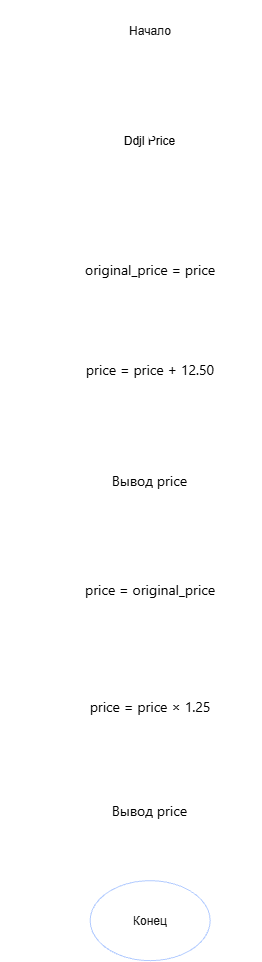
This is lab_3_schema.png from Ser33ga/DZLABA3, a draw.io export, as it was before one commit. Source tidied: cells renumbered, new cells last; positions are measured from the earlier drawing's top-left corner, leaving out a move shared by most shapes. Source of this version:
```xml
<mxGraphModel>
  <root>
    <mxCell id="0" />
    <mxCell id="1" value="Untitled Layer" parent="0" />
    <mxCell id="2" style="edgeStyle=orthogonalEdgeStyle;rounded=0;orthogonalLoop=1;jettySize=auto;html=1;entryX=0.5;entryY=0;entryDx=0;entryDy=0;" parent="1" edge="1">
      <mxGeometry relative="1" as="geometry">
        <mxPoint x="210" y="560" as="targetPoint" />
      </mxGeometry>
    </mxCell>
    <mxCell id="3" style="edgeStyle=orthogonalEdgeStyle;rounded=0;jettySize=auto;html=1;exitX=0.5;exitY=1;exitDx=0;exitDy=0;entryX=0.5;entryY=0;entryDx=0;entryDy=0;" parent="1" edge="1" source="4" target="6">
      <mxGeometry relative="1" as="geometry" />
    </mxCell>
    <mxCell id="4" value="&lt;span style=&quot;&quot;&gt;Ddjl Price&lt;/span&gt;" style="shape=parallelogram;perimeter=parallelogramPerimeter;whiteSpace=wrap;html=1;shapeInside=1;fixedSize=1;fillColor=light-dark(#FFFFFF,#FFFFFF);fontColor=light-dark(#000000,#000000);" parent="1" vertex="1">
      <mxGeometry x="57.5" y="110" width="165" height="60" as="geometry" />
    </mxCell>
    <mxCell id="5" style="edgeStyle=orthogonalEdgeStyle;rounded=0;jettySize=auto;html=1;exitX=0.5;exitY=1;exitDx=0;exitDy=0;entryX=0.5;entryY=0;entryDx=0;entryDy=0;" parent="1" edge="1" source="6" target="8">
      <mxGeometry relative="1" as="geometry" />
    </mxCell>
    <mxCell id="6" value="&lt;span style=&quot;font-family: -apple-system, &amp;quot;Segoe UI&amp;quot;, Roboto, sans-serif; font-size: 14px; text-align: start; white-space: nowrap;&quot;&gt;original_price = price&lt;/span&gt;" style="rounded=0;whiteSpace=wrap;html=1;fillColor=light-dark(#FFFFFF,#FFFFFF);fontColor=light-dark(#000000,#000000);" parent="1" vertex="1">
      <mxGeometry x="35" y="240" width="210" height="60" as="geometry" />
    </mxCell>
    <mxCell id="7" style="edgeStyle=orthogonalEdgeStyle;rounded=0;jettySize=auto;html=1;exitX=0.5;exitY=1;exitDx=0;exitDy=0;entryX=0.5;entryY=0;entryDx=0;entryDy=0;" parent="1" edge="1" source="8" target="10">
      <mxGeometry relative="1" as="geometry" />
    </mxCell>
    <mxCell id="8" value="&lt;span style=&quot;font-family: -apple-system, &amp;quot;Segoe UI&amp;quot;, Roboto, sans-serif; font-size: 14px; text-align: start; white-space: nowrap;&quot;&gt;price = price + 12.50&lt;/span&gt;" style="rounded=0;whiteSpace=wrap;html=1;fillColor=light-dark(#FFFFFF,#FFFFFF);fontColor=light-dark(#000000,#000000);" parent="1" vertex="1">
      <mxGeometry x="45" y="340" width="190" height="60" as="geometry" />
    </mxCell>
    <mxCell id="9" style="edgeStyle=orthogonalEdgeStyle;rounded=0;jettySize=auto;html=1;exitX=0.5;exitY=1;exitDx=0;exitDy=0;entryX=0.5;entryY=0;entryDx=0;entryDy=0;" parent="1" edge="1" source="10" target="12">
      <mxGeometry relative="1" as="geometry" />
    </mxCell>
    <mxCell id="10" value="&lt;span style=&quot;font-family: -apple-system, &amp;quot;Segoe UI&amp;quot;, Roboto, sans-serif; font-size: 14px; text-align: start; white-space: nowrap;&quot;&gt;Вывод price&lt;/span&gt;" style="shape=parallelogram;perimeter=parallelogramPerimeter;whiteSpace=wrap;html=1;shapeInside=1;fixedSize=1;fillColor=light-dark(#FFFFFF,#FFFFFF);fontColor=light-dark(#000000,#000000);" parent="1" vertex="1">
      <mxGeometry x="57.5" y="450" width="165" height="60" as="geometry" />
    </mxCell>
    <mxCell id="11" style="edgeStyle=orthogonalEdgeStyle;rounded=0;jettySize=auto;html=1;entryX=0.5;entryY=0;entryDx=0;entryDy=0;" parent="1" edge="1" source="12" target="14">
      <mxGeometry relative="1" as="geometry" />
    </mxCell>
    <mxCell id="12" value="&lt;span style=&quot;font-family: -apple-system, &amp;quot;Segoe UI&amp;quot;, Roboto, sans-serif; font-size: 14px; text-align: start; white-space: nowrap;&quot;&gt;price = original_price&lt;/span&gt;" style="rounded=0;whiteSpace=wrap;html=1;fillColor=light-dark(#FFFFFF,#FFFFFF);fontColor=light-dark(#000000,#000000);" parent="1" vertex="1">
      <mxGeometry x="30" y="560" width="220" height="60" as="geometry" />
    </mxCell>
    <mxCell id="13" style="edgeStyle=orthogonalEdgeStyle;rounded=0;jettySize=auto;html=1;" parent="1" edge="1" source="14" target="16">
      <mxGeometry relative="1" as="geometry" />
    </mxCell>
    <mxCell id="14" value="&lt;br style=&quot;&quot;&gt;&lt;span style=&quot;white-space: nowrap; font-family: -apple-system, &amp;quot;Segoe UI&amp;quot;, Roboto, sans-serif; font-size: 14px; text-align: start;&quot;&gt;price = price × 1.25&lt;/span&gt;" style="rounded=0;whiteSpace=wrap;html=1;fillColor=light-dark(#FFFFFF,#FFFFFF);fontColor=light-dark(#000000,#000000);" parent="1" vertex="1">
      <mxGeometry x="35" y="670" width="210" height="60" as="geometry" />
    </mxCell>
    <mxCell id="15" style="edgeStyle=orthogonalEdgeStyle;rounded=0;jettySize=auto;html=1;entryX=0.5;entryY=0;entryDx=0;entryDy=0;" parent="1" edge="1" source="16" target="23">
      <mxGeometry relative="1" as="geometry" />
    </mxCell>
    <mxCell id="16" value="&lt;span style=&quot;font-family: -apple-system, &amp;quot;Segoe UI&amp;quot;, Roboto, sans-serif; font-size: 14px; text-align: start; white-space: nowrap;&quot;&gt;Вывод price&lt;/span&gt;" style="shape=parallelogram;perimeter=parallelogramPerimeter;whiteSpace=wrap;html=1;shapeInside=1;fixedSize=1;fillColor=light-dark(#FFFFFF,#FFFFFF);fontColor=light-dark(#000000,#000000);" parent="1" vertex="1">
      <mxGeometry x="57.5" y="780" width="165" height="60" as="geometry" />
    </mxCell>
    <mxCell id="17" style="edgeStyle=orthogonalEdgeStyle;rounded=0;jettySize=auto;html=1;entryX=0.5;entryY=0.5;entryDx=0;entryDy=0;entryPerimeter=0;" parent="1" edge="1" source="19" target="4">
      <mxGeometry relative="1" as="geometry" />
    </mxCell>
    <mxCell id="18" parent="0" />
    <mxCell id="19" value="Начало" style="ellipse;whiteSpace=wrap;html=1;shapeInside=1;labelBackgroundColor=none;fillColor=light-dark(#0050EF,#FFFFFF);strokeColor=light-dark(#001DBC,#FFFFFF);fontColor=#ffffff;" parent="18" vertex="1">
      <mxGeometry x="80" width="120" height="60" as="geometry" />
    </mxCell>
    <mxCell id="20" style="edgeStyle=orthogonalEdgeStyle;rounded=0;orthogonalLoop=1;jettySize=auto;html=1;entryX=0.5;entryY=0;entryDx=0;entryDy=0;" parent="18" edge="1">
      <mxGeometry relative="1" as="geometry">
        <mxPoint x="210" y="250" as="targetPoint" />
      </mxGeometry>
    </mxCell>
    <mxCell id="21" style="edgeStyle=orthogonalEdgeStyle;rounded=0;orthogonalLoop=1;jettySize=auto;html=1;exitX=0.5;exitY=1;exitDx=0;exitDy=0;entryX=0.5;entryY=0;entryDx=0;entryDy=0;" parent="18" edge="1">
      <mxGeometry relative="1" as="geometry">
        <mxPoint x="210" y="350" as="targetPoint" />
      </mxGeometry>
    </mxCell>
    <mxCell id="22" style="edgeStyle=orthogonalEdgeStyle;rounded=0;orthogonalLoop=1;jettySize=auto;html=1;strokeWidth=6;exitX=0.5;exitY=1;exitDx=0;exitDy=0;labelBackgroundColor=none;strokeColor=#23445D;fontColor=default;" parent="18" edge="1">
      <mxGeometry relative="1" as="geometry">
        <mxPoint y="400" as="sourcePoint" />
        <mxPoint y="400" as="targetPoint" />
      </mxGeometry>
    </mxCell>
    <mxCell id="23" value="Конец" style="ellipse;whiteSpace=wrap;html=1;shapeInside=1;labelBackgroundColor=none;fillColor=light-dark(#0050EF,#FFFFFF);strokeColor=#001DBC;fontColor=#ffffff;" parent="18" vertex="1">
      <mxGeometry x="80" y="880" width="120" height="80" as="geometry" />
    </mxCell>
  </root>
</mxGraphModel>
```
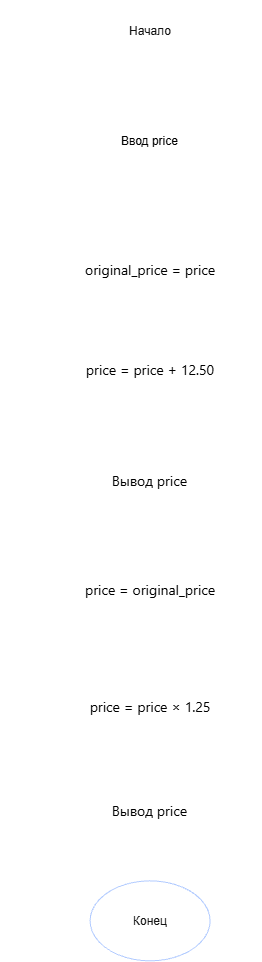
After the commit.

What changed in the source:
```diff
@@ -10,7 +10,7 @@
     <mxCell id="3" style="edgeStyle=orthogonalEdgeStyle;rounded=0;jettySize=auto;html=1;exitX=0.5;exitY=1;exitDx=0;exitDy=0;entryX=0.5;entryY=0;entryDx=0;entryDy=0;" parent="1" edge="1" source="4" target="6">
       <mxGeometry relative="1" as="geometry" />
     </mxCell>
-    <mxCell id="4" value="&lt;span style=&quot;&quot;&gt;Ddjl Price&lt;/span&gt;" style="shape=parallelogram;perimeter=parallelogramPerimeter;whiteSpace=wrap;html=1;shapeInside=1;fixedSize=1;fillColor=light-dark(#FFFFFF,#FFFFFF);fontColor=light-dark(#000000,#000000);" parent="1" vertex="1">
+    <mxCell id="4" value="&lt;span style=&quot;&quot;&gt;Ввод price&lt;/span&gt;" style="shape=parallelogram;perimeter=parallelogramPerimeter;whiteSpace=wrap;html=1;shapeInside=1;fixedSize=1;fillColor=light-dark(#FFFFFF,#FFFFFF);fontColor=light-dark(#000000,#000000);" parent="1" vertex="1">
       <mxGeometry x="57.5" y="110" width="165" height="60" as="geometry" />
     </mxCell>
     <mxCell id="5" style="edgeStyle=orthogonalEdgeStyle;rounded=0;jettySize=auto;html=1;exitX=0.5;exitY=1;exitDx=0;exitDy=0;entryX=0.5;entryY=0;entryDx=0;entryDy=0;" parent="1" edge="1" source="6" target="8">
```
